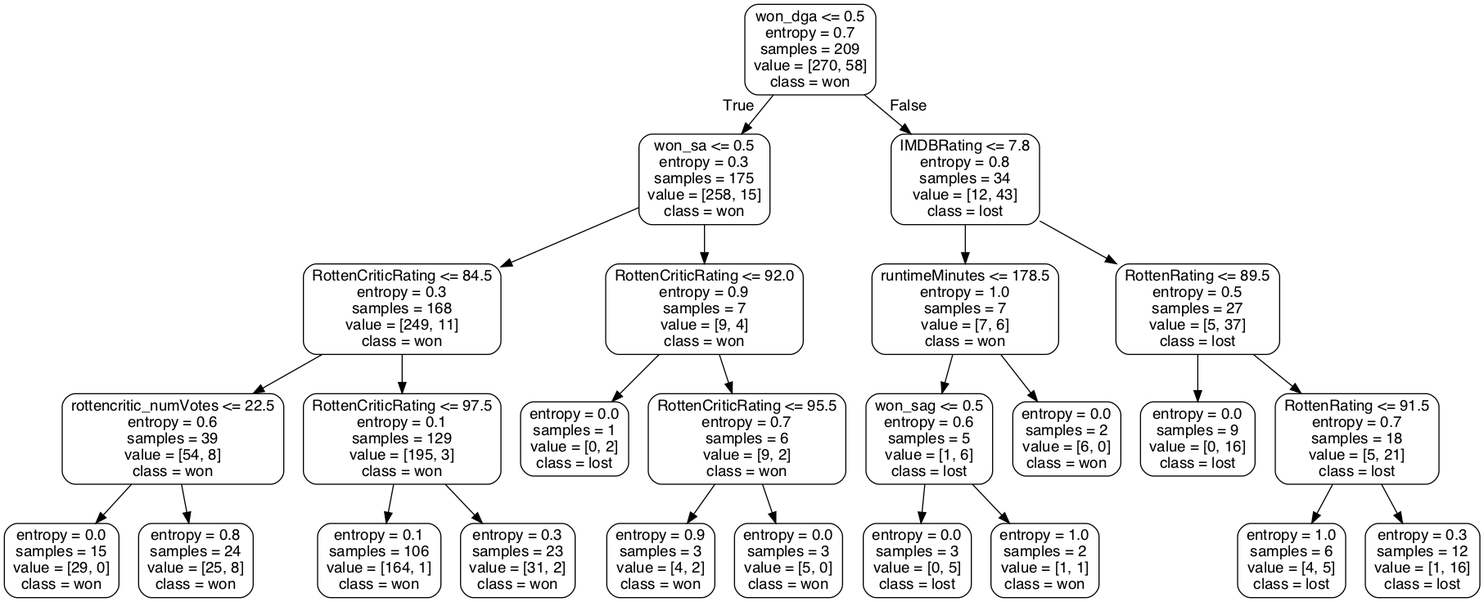
This is Predicting Oscars model/small_tree_oscars.png from nikiravi04/Oscar-Best-Motion-Picture-Prediction, a Graphviz export, as it was before one commit. Its source is kept beside it as Predicting Oscars model/small_tree_oscars.dot. Its diagram source:
```dot
digraph Tree {
node [shape=box, style="rounded", color="black", fontname=helvetica] ;
edge [fontname=helvetica] ;
0 [label="won_dga <= 0.5\nentropy = 0.7\nsamples = 209\nvalue = [270, 58]\nclass = won"] ;
1 [label="won_sa <= 0.5\nentropy = 0.3\nsamples = 175\nvalue = [258, 15]\nclass = won"] ;
0 -> 1 [labeldistance=2.5, labelangle=45, headlabel="True"] ;
2 [label="RottenCriticRating <= 84.5\nentropy = 0.3\nsamples = 168\nvalue = [249, 11]\nclass = won"] ;
1 -> 2 ;
3 [label="rottencritic_numVotes <= 22.5\nentropy = 0.6\nsamples = 39\nvalue = [54, 8]\nclass = won"] ;
2 -> 3 ;
4 [label="entropy = 0.0\nsamples = 15\nvalue = [29, 0]\nclass = won"] ;
3 -> 4 ;
5 [label="entropy = 0.8\nsamples = 24\nvalue = [25, 8]\nclass = won"] ;
3 -> 5 ;
6 [label="RottenCriticRating <= 97.5\nentropy = 0.1\nsamples = 129\nvalue = [195, 3]\nclass = won"] ;
2 -> 6 ;
7 [label="entropy = 0.1\nsamples = 106\nvalue = [164, 1]\nclass = won"] ;
6 -> 7 ;
8 [label="entropy = 0.3\nsamples = 23\nvalue = [31, 2]\nclass = won"] ;
6 -> 8 ;
9 [label="RottenCriticRating <= 92.0\nentropy = 0.9\nsamples = 7\nvalue = [9, 4]\nclass = won"] ;
1 -> 9 ;
10 [label="entropy = 0.0\nsamples = 1\nvalue = [0, 2]\nclass = lost"] ;
9 -> 10 ;
11 [label="RottenCriticRating <= 95.5\nentropy = 0.7\nsamples = 6\nvalue = [9, 2]\nclass = won"] ;
9 -> 11 ;
12 [label="entropy = 0.9\nsamples = 3\nvalue = [4, 2]\nclass = won"] ;
11 -> 12 ;
13 [label="entropy = 0.0\nsamples = 3\nvalue = [5, 0]\nclass = won"] ;
11 -> 13 ;
14 [label="IMDBRating <= 7.8\nentropy = 0.8\nsamples = 34\nvalue = [12, 43]\nclass = lost"] ;
0 -> 14 [labeldistance=2.5, labelangle=-45, headlabel="False"] ;
15 [label="runtimeMinutes <= 178.5\nentropy = 1.0\nsamples = 7\nvalue = [7, 6]\nclass = won"] ;
14 -> 15 ;
16 [label="won_sag <= 0.5\nentropy = 0.6\nsamples = 5\nvalue = [1, 6]\nclass = lost"] ;
15 -> 16 ;
17 [label="entropy = 0.0\nsamples = 3\nvalue = [0, 5]\nclass = lost"] ;
16 -> 17 ;
18 [label="entropy = 1.0\nsamples = 2\nvalue = [1, 1]\nclass = won"] ;
16 -> 18 ;
19 [label="entropy = 0.0\nsamples = 2\nvalue = [6, 0]\nclass = won"] ;
15 -> 19 ;
20 [label="RottenRating <= 89.5\nentropy = 0.5\nsamples = 27\nvalue = [5, 37]\nclass = lost"] ;
14 -> 20 ;
21 [label="entropy = 0.0\nsamples = 9\nvalue = [0, 16]\nclass = lost"] ;
20 -> 21 ;
22 [label="RottenRating <= 91.5\nentropy = 0.7\nsamples = 18\nvalue = [5, 21]\nclass = lost"] ;
20 -> 22 ;
23 [label="entropy = 1.0\nsamples = 6\nvalue = [4, 5]\nclass = lost"] ;
22 -> 23 ;
24 [label="entropy = 0.3\nsamples = 12\nvalue = [1, 16]\nclass = lost"] ;
22 -> 24 ;
}
```
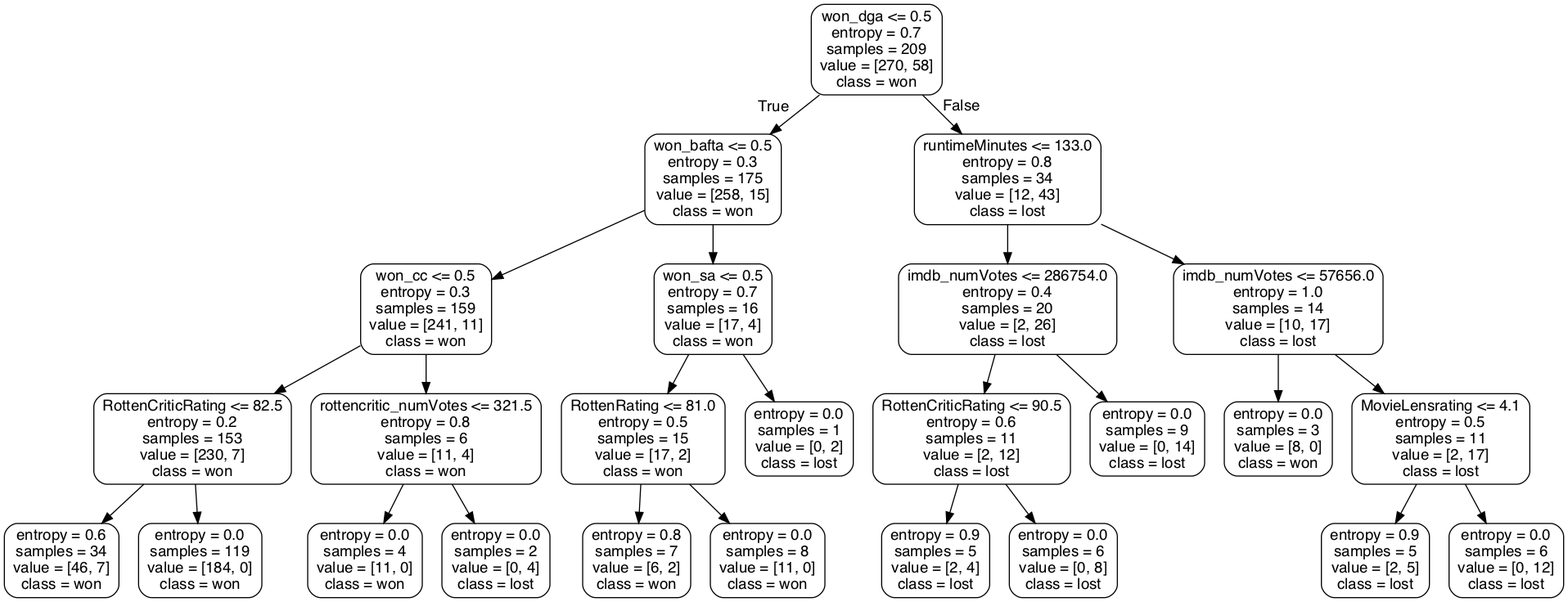
After the commit.

Diff of the diagram source:
```diff
@@ -2,52 +2,52 @@
 node [shape=box, style="rounded", color="black", fontname=helvetica] ;
 edge [fontname=helvetica] ;
 0 [label="won_dga <= 0.5\nentropy = 0.7\nsamples = 209\nvalue = [270, 58]\nclass = won"] ;
-1 [label="won_sa <= 0.5\nentropy = 0.3\nsamples = 175\nvalue = [258, 15]\nclass = won"] ;
+1 [label="won_bafta <= 0.5\nentropy = 0.3\nsamples = 175\nvalue = [258, 15]\nclass = won"] ;
 0 -> 1 [labeldistance=2.5, labelangle=45, headlabel="True"] ;
-2 [label="RottenCriticRating <= 84.5\nentropy = 0.3\nsamples = 168\nvalue = [249, 11]\nclass = won"] ;
+2 [label="won_cc <= 0.5\nentropy = 0.3\nsamples = 159\nvalue = [241, 11]\nclass = won"] ;
 1 -> 2 ;
-3 [label="rottencritic_numVotes <= 22.5\nentropy = 0.6\nsamples = 39\nvalue = [54, 8]\nclass = won"] ;
+3 [label="RottenCriticRating <= 82.5\nentropy = 0.2\nsamples = 153\nvalue = [230, 7]\nclass = won"] ;
 2 -> 3 ;
-4 [label="entropy = 0.0\nsamples = 15\nvalue = [29, 0]\nclass = won"] ;
+4 [label="entropy = 0.6\nsamples = 34\nvalue = [46, 7]\nclass = won"] ;
 3 -> 4 ;
-5 [label="entropy = 0.8\nsamples = 24\nvalue = [25, 8]\nclass = won"] ;
+5 [label="entropy = 0.0\nsamples = 119\nvalue = [184, 0]\nclass = won"] ;
 3 -> 5 ;
-6 [label="RottenCriticRating <= 97.5\nentropy = 0.1\nsamples = 129\nvalue = [195, 3]\nclass = won"] ;
+6 [label="rottencritic_numVotes <= 321.5\nentropy = 0.8\nsamples = 6\nvalue = [11, 4]\nclass = won"] ;
 2 -> 6 ;
-7 [label="entropy = 0.1\nsamples = 106\nvalue = [164, 1]\nclass = won"] ;
+7 [label="entropy = 0.0\nsamples = 4\nvalue = [11, 0]\nclass = won"] ;
 6 -> 7 ;
-8 [label="entropy = 0.3\nsamples = 23\nvalue = [31, 2]\nclass = won"] ;
+8 [label="entropy = 0.0\nsamples = 2\nvalue = [0, 4]\nclass = lost"] ;
 6 -> 8 ;
-9 [label="RottenCriticRating <= 92.0\nentropy = 0.9\nsamples = 7\nvalue = [9, 4]\nclass = won"] ;
+9 [label="won_sa <= 0.5\nentropy = 0.7\nsamples = 16\nvalue = [17, 4]\nclass = won"] ;
 1 -> 9 ;
-10 [label="entropy = 0.0\nsamples = 1\nvalue = [0, 2]\nclass = lost"] ;
+10 [label="RottenRating <= 81.0\nentropy = 0.5\nsamples = 15\nvalue = [17, 2]\nclass = won"] ;
 9 -> 10 ;
-11 [label="RottenCriticRating <= 95.5\nentropy = 0.7\nsamples = 6\nvalue = [9, 2]\nclass = won"] ;
-9 -> 11 ;
-12 [label="entropy = 0.9\nsamples = 3\nvalue = [4, 2]\nclass = won"] ;
-11 -> 12 ;
-13 [label="entropy = 0.0\nsamples = 3\nvalue = [5, 0]\nclass = won"] ;
-11 -> 13 ;
-14 [label="IMDBRating <= 7.8\nentropy = 0.8\nsamples = 34\nvalue = [12, 43]\nclass = lost"] ;
+11 [label="entropy = 0.8\nsamples = 7\nvalue = [6, 2]\nclass = won"] ;
+10 -> 11 ;
+12 [label="entropy = 0.0\nsamples = 8\nvalue = [11, 0]\nclass = won"] ;
+10 -> 12 ;
+13 [label="entropy = 0.0\nsamples = 1\nvalue = [0, 2]\nclass = lost"] ;
+9 -> 13 ;
+14 [label="runtimeMinutes <= 133.0\nentropy = 0.8\nsamples = 34\nvalue = [12, 43]\nclass = lost"] ;
 0 -> 14 [labeldistance=2.5, labelangle=-45, headlabel="False"] ;
-15 [label="runtimeMinutes <= 178.5\nentropy = 1.0\nsamples = 7\nvalue = [7, 6]\nclass = won"] ;
+15 [label="imdb_numVotes <= 286754.0\nentropy = 0.4\nsamples = 20\nvalue = [2, 26]\nclass = lost"] ;
 14 -> 15 ;
-16 [label="won_sag <= 0.5\nentropy = 0.6\nsamples = 5\nvalue = [1, 6]\nclass = lost"] ;
+16 [label="RottenCriticRating <= 90.5\nentropy = 0.6\nsamples = 11\nvalue = [2, 12]\nclass = lost"] ;
 15 -> 16 ;
-17 [label="entropy = 0.0\nsamples = 3\nvalue = [0, 5]\nclass = lost"] ;
+17 [label="entropy = 0.9\nsamples = 5\nvalue = [2, 4]\nclass = lost"] ;
 16 -> 17 ;
-18 [label="entropy = 1.0\nsamples = 2\nvalue = [1, 1]\nclass = won"] ;
+18 [label="entropy = 0.0\nsamples = 6\nvalue = [0, 8]\nclass = lost"] ;
 16 -> 18 ;
-19 [label="entropy = 0.0\nsamples = 2\nvalue = [6, 0]\nclass = won"] ;
+19 [label="entropy = 0.0\nsamples = 9\nvalue = [0, 14]\nclass = lost"] ;
 15 -> 19 ;
-20 [label="RottenRating <= 89.5\nentropy = 0.5\nsamples = 27\nvalue = [5, 37]\nclass = lost"] ;
+20 [label="imdb_numVotes <= 57656.0\nentropy = 1.0\nsamples = 14\nvalue = [10, 17]\nclass = lost"] ;
 14 -> 20 ;
-21 [label="entropy = 0.0\nsamples = 9\nvalue = [0, 16]\nclass = lost"] ;
+21 [label="entropy = 0.0\nsamples = 3\nvalue = [8, 0]\nclass = won"] ;
 20 -> 21 ;
-22 [label="RottenRating <= 91.5\nentropy = 0.7\nsamples = 18\nvalue = [5, 21]\nclass = lost"] ;
+22 [label="MovieLensrating <= 4.1\nentropy = 0.5\nsamples = 11\nvalue = [2, 17]\nclass = lost"] ;
 20 -> 22 ;
-23 [label="entropy = 1.0\nsamples = 6\nvalue = [4, 5]\nclass = lost"] ;
+23 [label="entropy = 0.9\nsamples = 5\nvalue = [2, 5]\nclass = lost"] ;
 22 -> 23 ;
-24 [label="entropy = 0.3\nsamples = 12\nvalue = [1, 16]\nclass = lost"] ;
+24 [label="entropy = 0.0\nsamples = 6\nvalue = [0, 12]\nclass = lost"] ;
 22 -> 24 ;
 }
```
